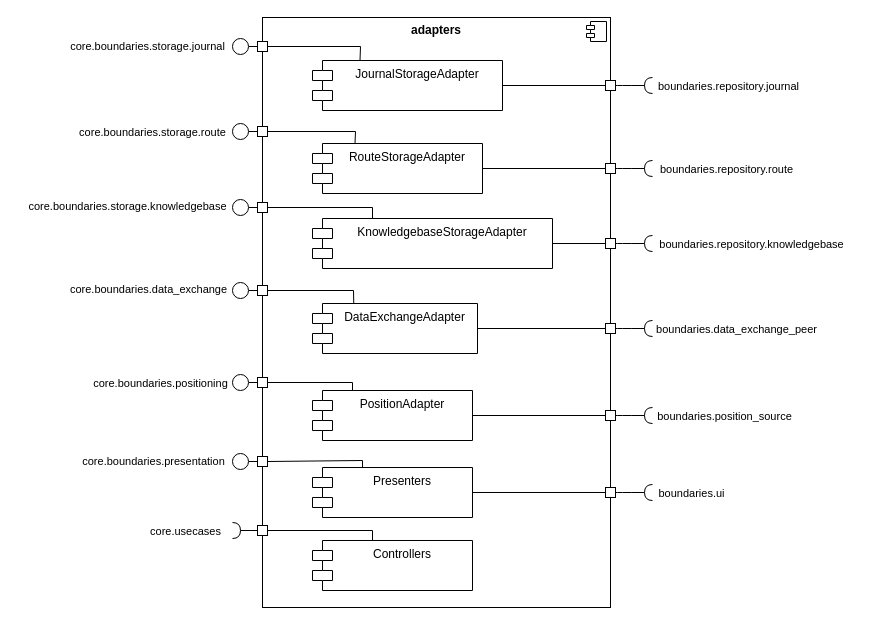
This is doc/bbview_level2_adapters.drawio from aardjon/trad, a draw.io file, before an edit. Source tidied: cells renumbered, new cells numbered last; positions are measured from the earlier drawing's top-left corner, leaving out a move shared by most shapes. Both pictures are drawn from the tidied source at 100%, with x=0, y=0 at pixel (17, 17).
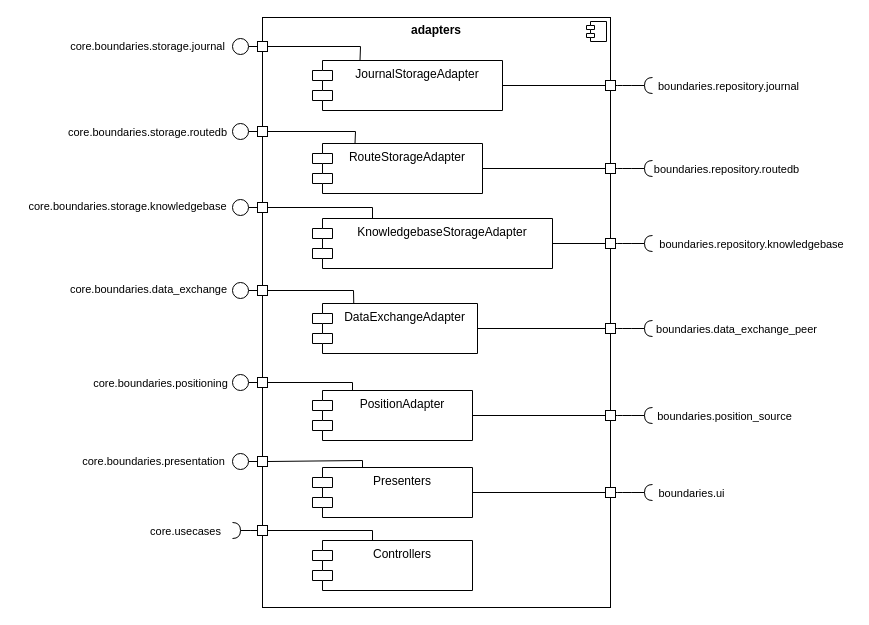
The same diagram, later.

Commit message (it also covers changes not shown here):
docs: Extend refinement of architecture level 2

Unchanged cells that the change refers to:
```xml
<mxCell id="2" style="group;" parent="1" vertex="1">
  <mxGeometry x="43" width="792" height="590" as="geometry" />
</mxCell>
<mxCell id="53" style="rounded=0;jettySize=auto;html=1;endArrow=halfCircle;endFill=0;endSize=6;strokeWidth=1;sketch=0;fontSize=12;curved=1;exitX=1;exitY=0.5;exitDx=0;exitDy=0;" parent="1" edge="1" source="52">
  <mxGeometry relative="1" as="geometry">
    <mxPoint x="635" y="151" as="targetPoint" />
  </mxGeometry>
</mxCell>
```

The edit, as a diff of the source:
```diff
@@
-    <mxCell id="25" value="&lt;span style=&quot;font-size: 11px; background-color: rgb(255, 255, 255);&quot;&gt;core.&lt;/span&gt;&lt;span style=&quot;font-size: 11px;&quot;&gt;boundaries.storage.route&lt;/span&gt;" style="text;html=1;align=center;verticalAlign=middle;strokeColor=none;fillColor=none;" parent="2" vertex="1">
-      <mxGeometry x="7" y="100" width="170" height="30" as="geometry" />
+    <mxCell id="25" value="&lt;span style=&quot;font-size: 11px; background-color: rgb(255, 255, 255);&quot;&gt;core.&lt;/span&gt;&lt;span style=&quot;font-size: 11px;&quot;&gt;boundaries.storage.routedb&lt;/span&gt;" style="text;html=1;align=center;verticalAlign=middle;strokeColor=none;fillColor=none;" parent="2" vertex="1">
+      <mxGeometry x="-3" y="100" width="180" height="30" as="geometry" />
     </mxCell>
@@
-    <mxCell id="54" value="boundaries.repository.route" style="edgeLabel;html=1;align=center;verticalAlign=middle;" parent="53" vertex="1">
+    <mxCell id="54" value="boundaries.repository.routedb" style="edgeLabel;html=1;align=center;verticalAlign=middle;" parent="53" vertex="1">
       <mxGeometry x="0.35" y="2" relative="1" as="geometry">
         <mxPoint x="85" y="2" as="offset" />
       </mxGeometry>
     </mxCell>
```
